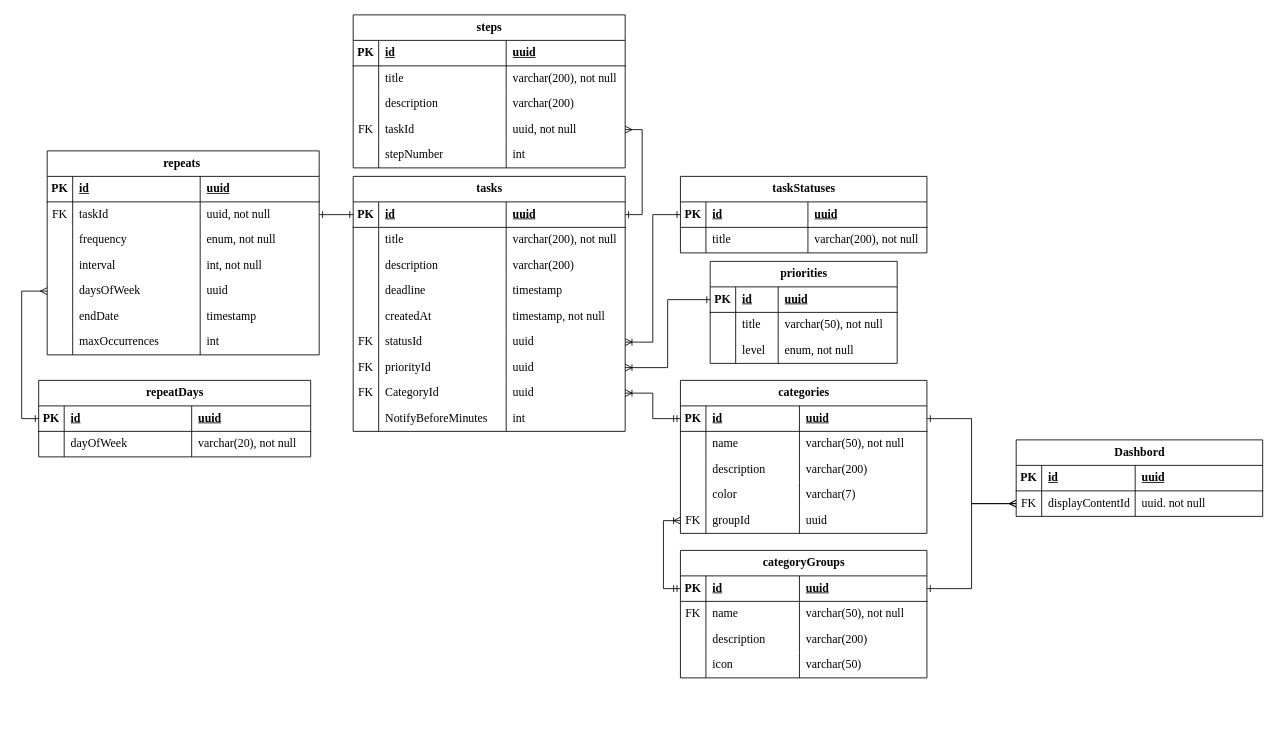
TimCheers/Desktop-Task-Assistant keeps this draw.io diagram as Docs/ERD/DB ERD.drawio. Above is the earlier version. Source tidied: cells renumbered, new cells numbered last; positions are measured from the earlier drawing's top-left corner, leaving out a move shared by most shapes. Both pictures are drawn from the tidied source at 85%, with x=0, y=0 at pixel (38, 14).
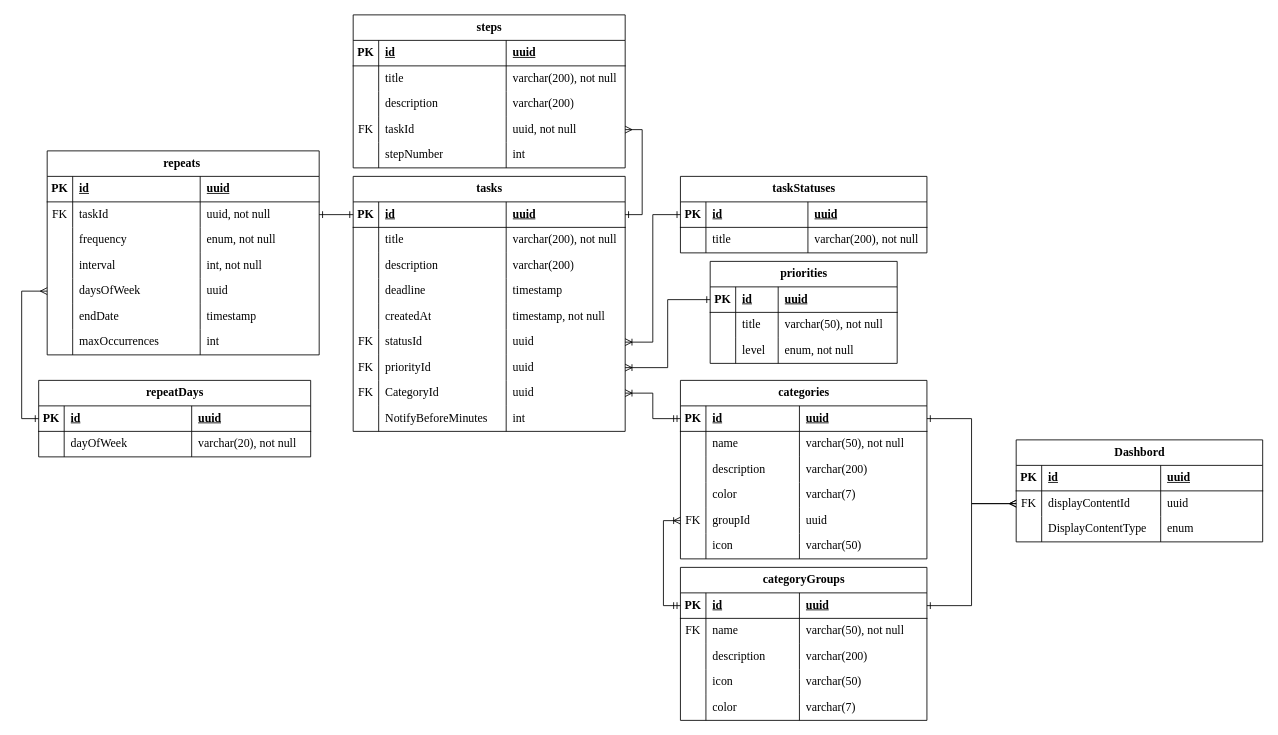
The same diagram, later.

Unchanged cells that the change refers to:
```xml
<mxCell id="125" style="shape=tableRow;horizontal=0;startSize=0;swimlaneHead=0;swimlaneBody=0;fillColor=none;top=0;left=0;right=0;bottom=1;fontSize=14;fontFamily=Times New Roman;" parent="124" vertex="1">
  <mxGeometry y="30" width="290" height="30" as="geometry" />
</mxCell>
<mxCell id="129" style="shape=tableRow;horizontal=0;startSize=0;swimlaneHead=0;swimlaneBody=0;fillColor=none;points=[[0,0.5],[1,0.5]];portConstraint=eastwest;top=0;left=0;right=0;bottom=0;fontSize=14;fontFamily=Times New Roman;" parent="124" vertex="1">
  <mxGeometry y="60" width="290" height="30" as="geometry" />
</mxCell>
```

Diff of the diagram source:
```diff
@@
     <mxCell id="39" value="categories" style="shape=table;startSize=30;childLayout=tableLayout;rowLines=0;fontStyle=1;align=center;html=1;fontSize=14;swimlaneBody=1;fontFamily=Times New Roman;" parent="1" vertex="1">
-      <mxGeometry x="755" y="430" width="290" height="180" as="geometry" />
+      <mxGeometry x="755" y="430" width="290" height="210" as="geometry" />
     </mxCell>
@@
+    <mxCell id="176" style="shape=tableRow;horizontal=0;startSize=0;swimlaneHead=0;swimlaneBody=0;fillColor=none;top=0;left=0;right=0;bottom=0;fontSize=14;fontFamily=Times New Roman;" parent="39" vertex="1">
+      <mxGeometry y="180" width="290" height="30" as="geometry" />
+    </mxCell>
+    <mxCell id="177" style="shape=partialRectangle;fillColor=none;top=0;left=0;bottom=0;right=0;overflow=hidden;whiteSpace=wrap;html=1;fontSize=14;fontFamily=Times New Roman;" parent="176" vertex="1">
+      <mxGeometry width="30" height="30" as="geometry" />
+    </mxCell>
+    <mxCell id="178" value="icon" style="shape=partialRectangle;fillColor=none;top=0;left=0;bottom=0;right=0;align=left;spacingLeft=6;overflow=hidden;whiteSpace=wrap;html=1;fontSize=14;fontFamily=Times New Roman;" parent="176" vertex="1">
+      <mxGeometry x="30" width="110" height="30" as="geometry" />
+    </mxCell>
+    <mxCell id="179" value="varchar(50)" style="shape=partialRectangle;fillColor=none;top=0;left=0;bottom=0;right=0;align=left;spacingLeft=6;overflow=hidden;whiteSpace=wrap;html=1;fontSize=14;fontFamily=Times New Roman;" parent="176" vertex="1">
+      <mxGeometry x="140" width="150" height="30" as="geometry" />
+    </mxCell>
@@
     <mxCell id="84" value="categoryGroups" style="shape=table;startSize=30;childLayout=tableLayout;rowLines=0;fontStyle=1;align=center;html=1;fontSize=14;swimlaneBody=1;fontFamily=Times New Roman;" parent="1" vertex="1">
-      <mxGeometry x="755" y="630" width="290" height="150" as="geometry" />
+      <mxGeometry x="755" y="650" width="290" height="180" as="geometry" />
     </mxCell>
@@
+    <mxCell id="180" style="shape=tableRow;horizontal=0;startSize=0;swimlaneHead=0;swimlaneBody=0;fillColor=none;top=0;left=0;right=0;bottom=0;fontSize=14;fontFamily=Times New Roman;" parent="84" vertex="1">
+      <mxGeometry y="150" width="290" height="30" as="geometry" />
+    </mxCell>
+    <mxCell id="181" style="shape=partialRectangle;fillColor=none;top=0;left=0;bottom=0;right=0;overflow=hidden;whiteSpace=wrap;html=1;fontSize=14;fontFamily=Times New Roman;" parent="180" vertex="1">
+      <mxGeometry width="30" height="30" as="geometry" />
+    </mxCell>
+    <mxCell id="182" value="color" style="shape=partialRectangle;fillColor=none;top=0;left=0;bottom=0;right=0;align=left;spacingLeft=6;overflow=hidden;whiteSpace=wrap;html=1;fontSize=14;fontFamily=Times New Roman;" parent="180" vertex="1">
+      <mxGeometry x="30" width="110" height="30" as="geometry" />
+    </mxCell>
+    <mxCell id="183" value="varchar(7)" style="shape=partialRectangle;fillColor=none;top=0;left=0;bottom=0;right=0;align=left;spacingLeft=6;overflow=hidden;whiteSpace=wrap;html=1;fontSize=14;fontFamily=Times New Roman;" parent="180" vertex="1">
+      <mxGeometry x="140" width="150" height="30" as="geometry" />
+    </mxCell>
@@
     <mxCell id="124" value="Dashbord" style="shape=table;startSize=30;childLayout=tableLayout;rowLines=0;fontStyle=1;align=center;html=1;fontSize=14;swimlaneBody=1;fontFamily=Times New Roman;" parent="1" vertex="1">
-      <mxGeometry x="1150" y="500" width="290" height="90" as="geometry" />
+      <mxGeometry x="1150" y="500" width="290" height="120" as="geometry" />
     </mxCell>
@@
     <mxCell id="127" value="id" style="shape=partialRectangle;fillColor=none;top=0;left=0;bottom=0;right=0;align=left;spacingLeft=6;fontStyle=5;overflow=hidden;whiteSpace=wrap;html=1;fontSize=14;fontFamily=Times New Roman;" parent="125" vertex="1">
-      <mxGeometry x="30" width="110" height="30" as="geometry" />
+      <mxGeometry x="30" width="140" height="30" as="geometry" />
     </mxCell>
     <mxCell id="128" value="uuid" style="shape=partialRectangle;fillColor=none;top=0;left=0;bottom=0;right=0;align=left;spacingLeft=6;fontStyle=5;overflow=hidden;whiteSpace=wrap;html=1;fontSize=14;fontFamily=Times New Roman;" parent="125" vertex="1">
-      <mxGeometry x="140" width="150" height="30" as="geometry" />
+      <mxGeometry x="170" width="120" height="30" as="geometry" />
     </mxCell>
@@
     <mxCell id="131" value="displayContentId" style="shape=partialRectangle;fillColor=none;top=0;left=0;bottom=0;right=0;align=left;spacingLeft=6;overflow=hidden;whiteSpace=wrap;html=1;fontSize=14;fontFamily=Times New Roman;" parent="129" vertex="1">
-      <mxGeometry x="30" width="110" height="30" as="geometry" />
+      <mxGeometry x="30" width="140" height="30" as="geometry" />
     </mxCell>
-    <mxCell id="132" value="uuid. not null" style="shape=partialRectangle;fillColor=none;top=0;left=0;bottom=0;right=0;align=left;spacingLeft=6;overflow=hidden;whiteSpace=wrap;html=1;fontSize=14;fontFamily=Times New Roman;" parent="129" vertex="1">
-      <mxGeometry x="140" width="150" height="30" as="geometry" />
+    <mxCell id="132" value="uuid" style="shape=partialRectangle;fillColor=none;top=0;left=0;bottom=0;right=0;align=left;spacingLeft=6;overflow=hidden;whiteSpace=wrap;html=1;fontSize=14;fontFamily=Times New Roman;" parent="129" vertex="1">
+      <mxGeometry x="170" width="120" height="30" as="geometry" />
     </mxCell>
+    <mxCell id="184" style="shape=tableRow;horizontal=0;startSize=0;swimlaneHead=0;swimlaneBody=0;fillColor=none;top=0;left=0;right=0;bottom=0;fontSize=14;fontFamily=Times New Roman;" parent="124" vertex="1">
+      <mxGeometry y="90" width="290" height="30" as="geometry" />
+    </mxCell>
+    <mxCell id="185" style="shape=partialRectangle;fillColor=none;top=0;left=0;bottom=0;right=0;overflow=hidden;whiteSpace=wrap;html=1;fontSize=14;fontFamily=Times New Roman;" parent="184" vertex="1">
+      <mxGeometry width="30" height="30" as="geometry" />
+    </mxCell>
+    <mxCell id="186" value="DisplayContentType" style="shape=partialRectangle;fillColor=none;top=0;left=0;bottom=0;right=0;align=left;spacingLeft=6;overflow=hidden;whiteSpace=wrap;html=1;fontSize=14;fontFamily=Times New Roman;" parent="184" vertex="1">
+      <mxGeometry x="30" width="140" height="30" as="geometry" />
+    </mxCell>
+    <mxCell id="187" value="enum" style="shape=partialRectangle;fillColor=none;top=0;left=0;bottom=0;right=0;align=left;spacingLeft=6;overflow=hidden;whiteSpace=wrap;html=1;fontSize=14;fontFamily=Times New Roman;" parent="184" vertex="1">
+      <mxGeometry x="170" width="120" height="30" as="geometry" />
+    </mxCell>
```
